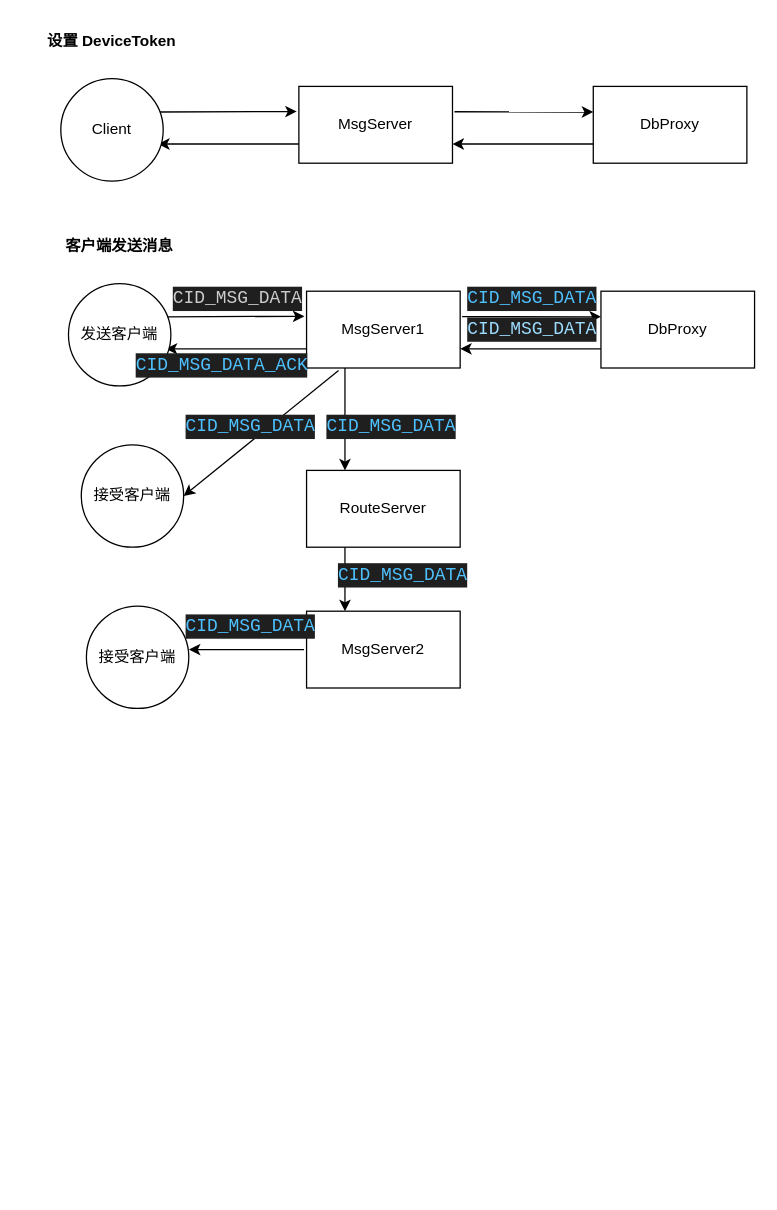
Above: Teamtalk.drawio in LQF376/image (draw.io), before the change. Source tidied: cells renumbered, new cells numbered last; positions are measured from the earlier drawing's top-left corner, leaving out a move shared by most shapes. Both pictures are drawn from the tidied source at 128%, with x=0, y=0 at pixel (22, 22).
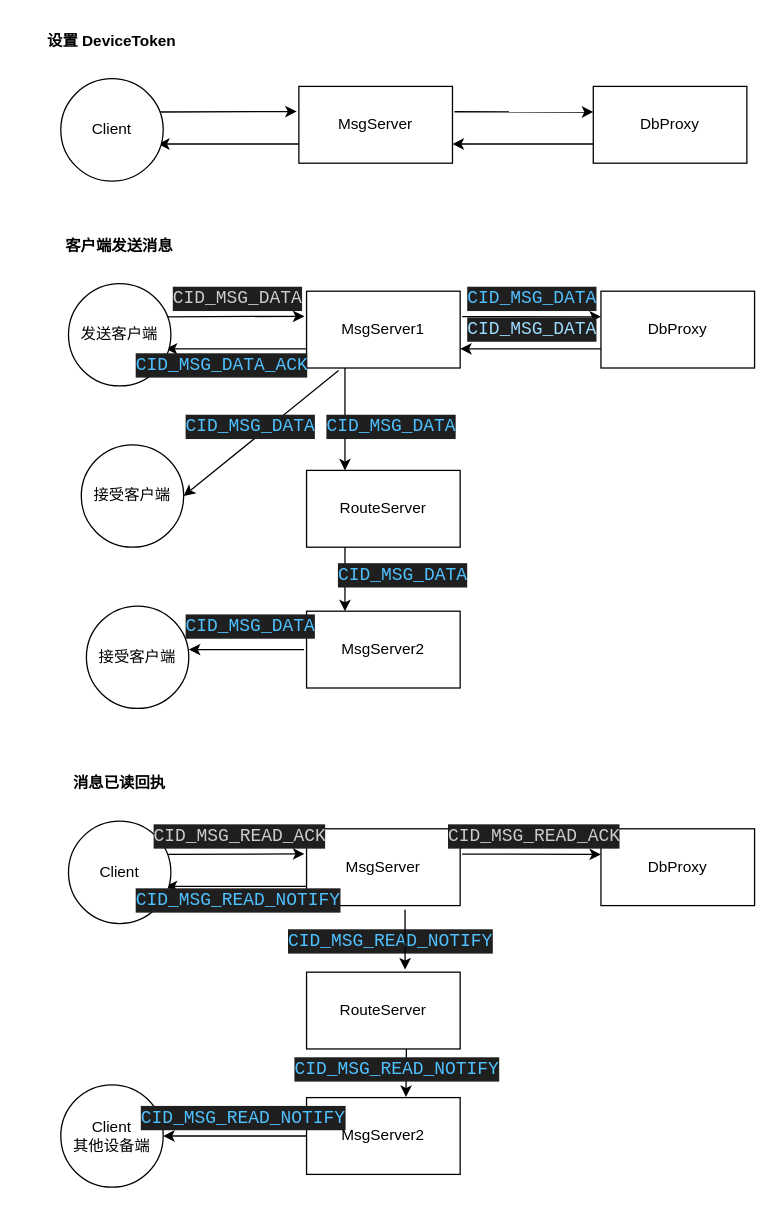
The same page after the edit.

What changed in the source:
```diff
@@
+    <mxCell id="34" value="&lt;b&gt;消息已读回执&lt;/b&gt;" style="text;html=1;whiteSpace=wrap;strokeColor=none;fillColor=none;align=center;verticalAlign=middle;rounded=0;" parent="1" vertex="1">
+      <mxGeometry x="6" y="580" width="140" height="30" as="geometry" />
+    </mxCell>
+    <mxCell id="35" value="MsgServer" style="rounded=0;whiteSpace=wrap;html=1;" parent="1" vertex="1">
+      <mxGeometry x="222" y="630" width="120" height="60" as="geometry" />
+    </mxCell>
+    <mxCell id="36" value="DbProxy" style="rounded=0;whiteSpace=wrap;html=1;" parent="1" vertex="1">
+      <mxGeometry x="452" y="630" width="120" height="60" as="geometry" />
+    </mxCell>
+    <mxCell id="37" style="endArrow=classic;html=1;rounded=0;entryX=-0.014;entryY=0.327;entryDx=0;entryDy=0;entryPerimeter=0;" parent="1" edge="1" target="35">
+      <mxGeometry relative="1" as="geometry">
+        <mxPoint x="112" y="650" as="sourcePoint" />
+      </mxGeometry>
+    </mxCell>
+    <mxCell id="38" style="endArrow=classic;html=1;rounded=0;exitX=1.013;exitY=0.33;exitDx=0;exitDy=0;exitPerimeter=0;" parent="1" edge="1" source="35">
+      <mxGeometry relative="1" as="geometry">
+        <mxPoint x="452" y="650" as="targetPoint" />
+      </mxGeometry>
+    </mxCell>
+    <mxCell id="39" style="endArrow=classic;html=1;rounded=0;exitX=0;exitY=0.75;exitDx=0;exitDy=0;" parent="1" edge="1" source="35">
+      <mxGeometry relative="1" as="geometry">
+        <mxPoint x="112" y="675" as="targetPoint" />
+      </mxGeometry>
+    </mxCell>
+    <mxCell id="40" value="Client" style="ellipse;whiteSpace=wrap;html=1;" parent="1" vertex="1">
+      <mxGeometry x="36" y="624" width="80" height="80" as="geometry" />
+    </mxCell>
+    <mxCell id="41" value="&lt;div style=&quot;color: #cccccc;background-color: #1f1f1f;font-family: Consolas, 'Courier New', monospace;font-weight: normal;font-size: 14px;line-height: 19px;white-space: pre;&quot;&gt;&lt;div&gt;&lt;span style=&quot;color: #cccccc;&quot;&gt;CID_MSG_READ_ACK&lt;/span&gt;&lt;/div&gt;&lt;/div&gt;" style="text;whiteSpace=wrap;html=1;" parent="1" vertex="1">
+      <mxGeometry x="101" y="620" width="160" height="40" as="geometry" />
+    </mxCell>
+    <mxCell id="42" value="&lt;div style=&quot;color: #cccccc;background-color: #1f1f1f;font-family: Consolas, 'Courier New', monospace;font-weight: normal;font-size: 14px;line-height: 19px;white-space: pre;&quot;&gt;&lt;div&gt;&lt;span style=&quot;color: #cccccc;&quot;&gt;CID_MSG_READ_ACK&lt;/span&gt;&lt;/div&gt;&lt;/div&gt;" style="text;whiteSpace=wrap;html=1;" parent="1" vertex="1">
+      <mxGeometry x="331" y="620" width="160" height="40" as="geometry" />
+    </mxCell>
+    <mxCell id="43" value="&lt;div style=&quot;color: #cccccc;background-color: #1f1f1f;font-family: Consolas, 'Courier New', monospace;font-weight: normal;font-size: 14px;line-height: 19px;white-space: pre;&quot;&gt;&lt;div&gt;&lt;span style=&quot;color: #4fc1ff;&quot;&gt;CID_MSG_READ_NOTIFY&lt;/span&gt;&lt;/div&gt;&lt;/div&gt;" style="text;whiteSpace=wrap;html=1;" parent="1" vertex="1">
+      <mxGeometry x="87" y="670" width="180" height="40" as="geometry" />
+    </mxCell>
+    <mxCell id="44" value="RouteServer" style="rounded=0;whiteSpace=wrap;html=1;" parent="1" vertex="1">
+      <mxGeometry x="222" y="742" width="120" height="60" as="geometry" />
+    </mxCell>
+    <mxCell id="45" value="&lt;div style=&quot;color: #cccccc;background-color: #1f1f1f;font-family: Consolas, 'Courier New', monospace;font-weight: normal;font-size: 14px;line-height: 19px;white-space: pre;&quot;&gt;&lt;div&gt;&lt;span style=&quot;color: #4fc1ff;&quot;&gt;CID_MSG_READ_NOTIFY&lt;/span&gt;&lt;/div&gt;&lt;/div&gt;" style="text;whiteSpace=wrap;html=1;" parent="1" vertex="1">
+      <mxGeometry x="206" y="702" width="180" height="40" as="geometry" />
+    </mxCell>
+    <mxCell id="46" style="endArrow=classic;html=1;rounded=0;exitX=0.641;exitY=1.055;exitDx=0;exitDy=0;exitPerimeter=0;" parent="1" edge="1" source="35">
+      <mxGeometry relative="1" as="geometry">
+        <mxPoint x="299" y="740" as="targetPoint" />
+      </mxGeometry>
+    </mxCell>
+    <mxCell id="47" value="MsgServer2" style="rounded=0;whiteSpace=wrap;html=1;" parent="1" vertex="1">
+      <mxGeometry x="222" y="840" width="120" height="60" as="geometry" />
+    </mxCell>
+    <mxCell id="48" style="endArrow=classic;html=1;rounded=0;entryX=0.647;entryY=-0.008;entryDx=0;entryDy=0;entryPerimeter=0;" parent="1" edge="1" target="47">
+      <mxGeometry relative="1" as="geometry">
+        <mxPoint x="300" y="802" as="sourcePoint" />
+      </mxGeometry>
+    </mxCell>
+    <mxCell id="49" value="&lt;div style=&quot;color: #cccccc;background-color: #1f1f1f;font-family: Consolas, 'Courier New', monospace;font-weight: normal;font-size: 14px;line-height: 19px;white-space: pre;&quot;&gt;&lt;div&gt;&lt;span style=&quot;color: #4fc1ff;&quot;&gt;CID_MSG_READ_NOTIFY&lt;/span&gt;&lt;/div&gt;&lt;/div&gt;" style="text;whiteSpace=wrap;html=1;" parent="1" vertex="1">
+      <mxGeometry x="211" y="802" width="180" height="40" as="geometry" />
+    </mxCell>
+    <mxCell id="50" value="Client&lt;div&gt;其他设备端&lt;/div&gt;" style="ellipse;whiteSpace=wrap;html=1;" parent="1" vertex="1">
+      <mxGeometry x="30" y="830" width="80" height="80" as="geometry" />
+    </mxCell>
+    <mxCell id="51" style="endArrow=classic;html=1;rounded=0;exitX=0;exitY=0.5;exitDx=0;exitDy=0;entryX=1;entryY=0.5;entryDx=0;entryDy=0;" parent="1" edge="1" source="47" target="50">
+      <mxGeometry relative="1" as="geometry" />
+    </mxCell>
+    <mxCell id="52" value="&lt;div style=&quot;color: #cccccc;background-color: #1f1f1f;font-family: Consolas, 'Courier New', monospace;font-weight: normal;font-size: 14px;line-height: 19px;white-space: pre;&quot;&gt;&lt;div&gt;&lt;span style=&quot;color: #4fc1ff;&quot;&gt;CID_MSG_READ_NOTIFY&lt;/span&gt;&lt;/div&gt;&lt;/div&gt;" style="text;whiteSpace=wrap;html=1;" parent="1" vertex="1">
+      <mxGeometry x="91" y="840" width="180" height="40" as="geometry" />
+    </mxCell>
```
